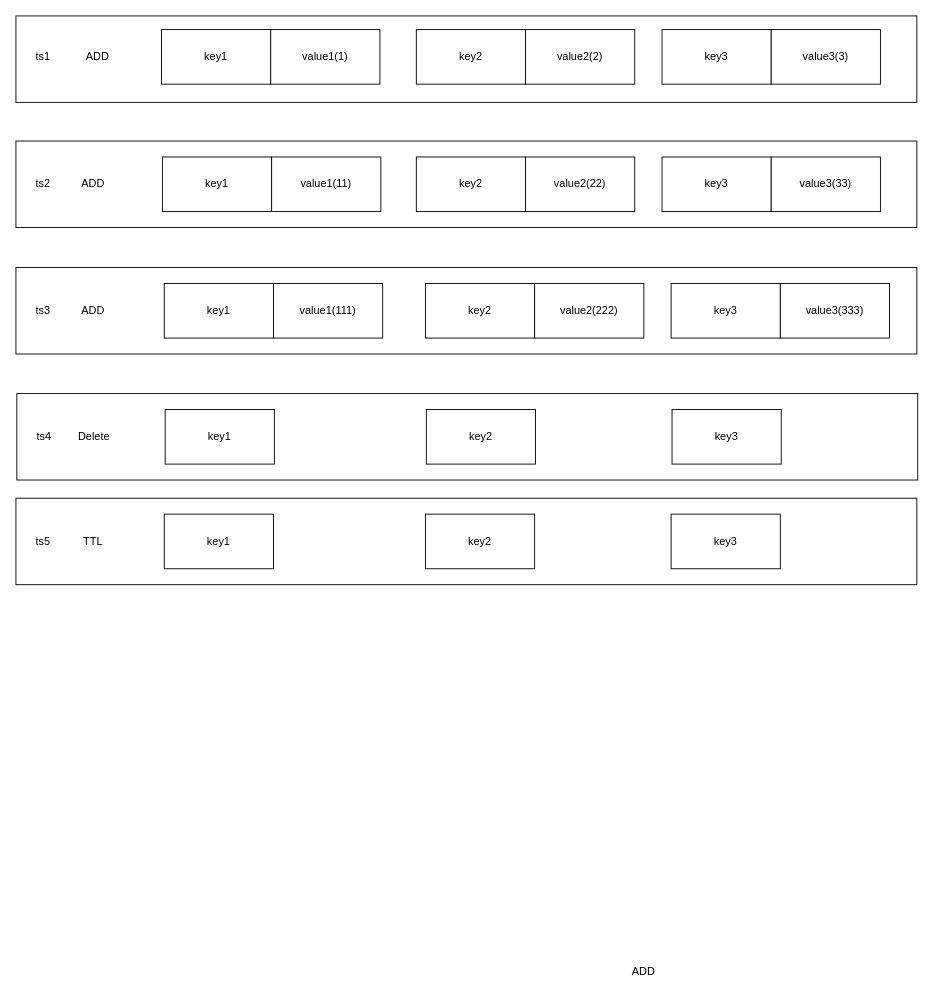
The draw.io diagram page "TTL数据" (11 of 11) of drawio/gc.drawio in yuhaijun999/bak, before the edit. Source tidied: cells renumbered, new cells numbered last; positions are measured from the earlier drawing's top-left corner, leaving out a move shared by most shapes. Both pictures are drawn from the tidied source at 91%, with x=0, y=0 at pixel (15, 15).
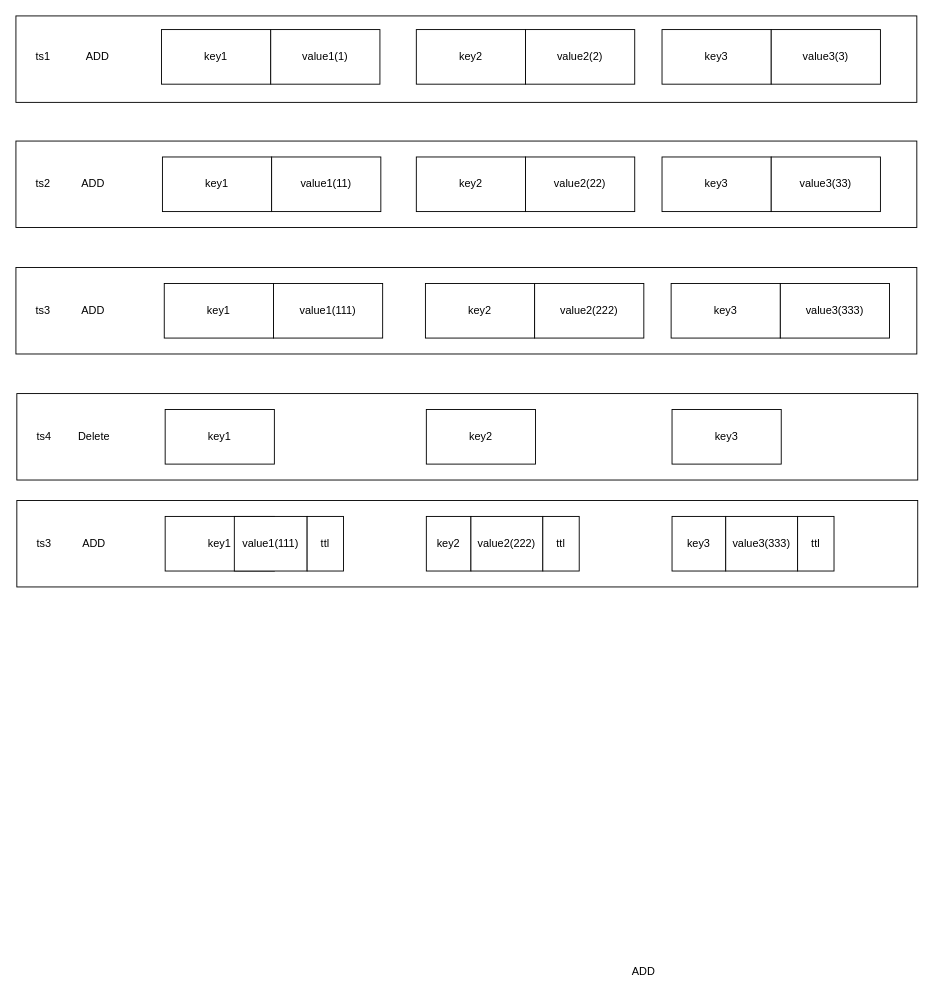
After the change.

Change to the diagram source:
```diff
@@
-    <mxCell id="36" style="rounded=0;whiteSpace=wrap;html=1;" parent="1" vertex="1">
-      <mxGeometry y="530" width="990" height="95" as="geometry" />
-    </mxCell>
+    <mxCell id="42" style="rounded=0;whiteSpace=wrap;html=1;" parent="1" vertex="1">
+      <mxGeometry x="1" y="532.5" width="990" height="95" as="geometry" />
+    </mxCell>
     <mxCell id="37" value="key3" style="rounded=0;whiteSpace=wrap;html=1;" parent="1" vertex="1">
-      <mxGeometry x="720" y="547.5" width="120" height="60" as="geometry" />
+      <mxGeometry x="721" y="550" width="59" height="60" as="geometry" />
     </mxCell>
+    <mxCell id="43" value="value3(333)" style="rounded=0;whiteSpace=wrap;html=1;" parent="1" vertex="1">
+      <mxGeometry x="780" y="550" width="79" height="60" as="geometry" />
+    </mxCell>
     <mxCell id="38" value="key2" style="rounded=0;whiteSpace=wrap;html=1;" parent="1" vertex="1">
-      <mxGeometry x="450" y="547.5" width="120" height="60" as="geometry" />
+      <mxGeometry x="451" y="550" width="49" height="60" as="geometry" />
     </mxCell>
+    <mxCell id="44" value="value2(222)" style="rounded=0;whiteSpace=wrap;html=1;" parent="1" vertex="1">
+      <mxGeometry x="500" y="550" width="79" height="60" as="geometry" />
+    </mxCell>
     <mxCell id="39" value="key1" style="rounded=0;whiteSpace=wrap;html=1;" parent="1" vertex="1">
-      <mxGeometry x="163" y="547.5" width="120" height="60" as="geometry" />
+      <mxGeometry x="164" y="550" width="120" height="60" as="geometry" />
     </mxCell>
-    <mxCell id="40" value="TTL" style="text;html=1;strokeColor=none;fillColor=none;align=center;verticalAlign=middle;whiteSpace=wrap;rounded=0;" parent="1" vertex="1">
-      <mxGeometry x="55" y="562.5" width="60" height="30" as="geometry" />
-    </mxCell>
-    <mxCell id="41" value="ts5" style="text;html=1;strokeColor=none;fillColor=none;align=center;verticalAlign=middle;whiteSpace=wrap;rounded=0;" parent="1" vertex="1">
-      <mxGeometry y="562.5" width="60" height="30" as="geometry" />
-    </mxCell>
+    <mxCell id="45" value="value1(111)" style="rounded=0;whiteSpace=wrap;html=1;" parent="1" vertex="1">
+      <mxGeometry x="240" y="550" width="80" height="60" as="geometry" />
+    </mxCell>
+    <mxCell id="46" value="ADD" style="text;html=1;strokeColor=none;fillColor=none;align=center;verticalAlign=middle;whiteSpace=wrap;rounded=0;" parent="1" vertex="1">
+      <mxGeometry x="56" y="565" width="60" height="30" as="geometry" />
+    </mxCell>
+    <mxCell id="47" value="ts3" style="text;html=1;strokeColor=none;fillColor=none;align=center;verticalAlign=middle;whiteSpace=wrap;rounded=0;" parent="1" vertex="1">
+      <mxGeometry x="1" y="565" width="60" height="30" as="geometry" />
+    </mxCell>
+    <mxCell id="48" value="ttl" style="rounded=0;whiteSpace=wrap;html=1;" parent="1" vertex="1">
+      <mxGeometry x="320" y="550" width="40" height="60" as="geometry" />
+    </mxCell>
+    <mxCell id="49" value="ttl" style="rounded=0;whiteSpace=wrap;html=1;" parent="1" vertex="1">
+      <mxGeometry x="579" y="550" width="40" height="60" as="geometry" />
+    </mxCell>
+    <mxCell id="50" value="ttl" style="rounded=0;whiteSpace=wrap;html=1;" parent="1" vertex="1">
+      <mxGeometry x="859" y="550" width="40" height="60" as="geometry" />
+    </mxCell>
```
